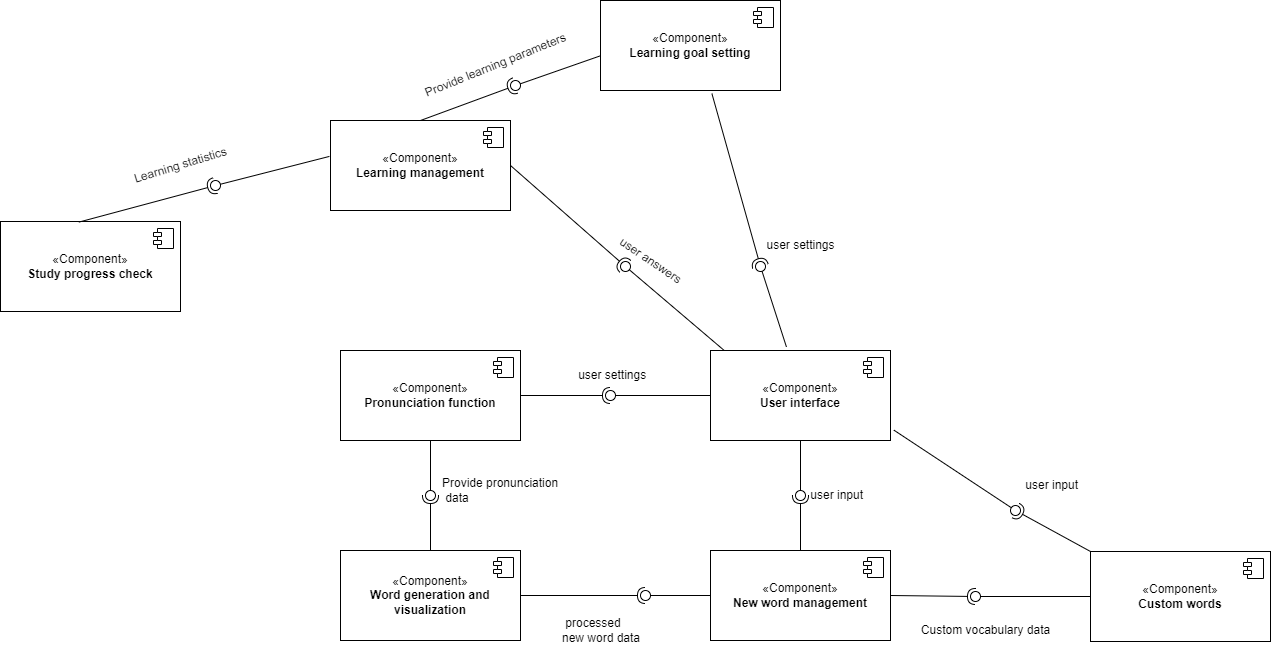
This is component.drawio.png from xiangxiang3451/blog_pictures, a draw.io export, as it was before one commit. Source tidied: cells renumbered, new cells last; positions are measured from the earlier drawing's top-left corner, leaving out a move shared by most shapes.
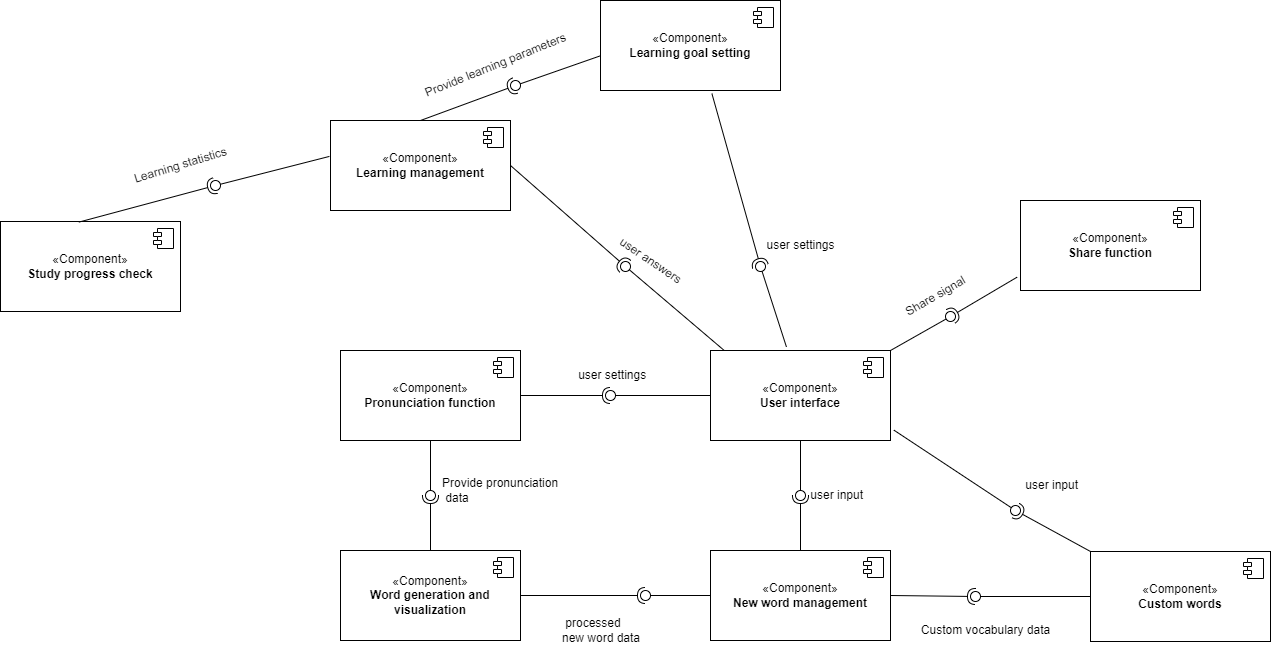
The same diagram one commit later.

Change to the diagram source:
```diff
@@ -186,5 +186,25 @@
     <mxCell id="57" value="Learning statistics" style="text;html=1;align=center;verticalAlign=middle;strokeColor=none;fillColor=none;rotation=343;" parent="1" vertex="1">
       <mxGeometry x="120" y="150" width="120" height="30" as="geometry" />
     </mxCell>
+    <mxCell id="58" value="«Component»&lt;br&gt;&lt;b&gt;Share function&lt;/b&gt;" style="html=1;whiteSpace=wrap;" parent="1" vertex="1">
+      <mxGeometry x="1020" y="200" width="180" height="90" as="geometry" />
+    </mxCell>
+    <mxCell id="59" style="shape=module;jettyWidth=8;jettyHeight=4;" parent="58" vertex="1">
+      <mxGeometry x="1" width="20" height="20" relative="1" as="geometry">
+        <mxPoint x="-27" y="7" as="offset" />
+      </mxGeometry>
+    </mxCell>
+    <mxCell id="60" style="rounded=0;jettySize=auto;html=1;endArrow=halfCircle;endFill=0;endSize=6;strokeWidth=1;sketch=0;exitX=-0.019;exitY=0.852;exitDx=0;exitDy=0;exitPerimeter=0;" parent="1" edge="1" source="58" target="62">
+      <mxGeometry relative="1" as="geometry" />
+    </mxCell>
+    <mxCell id="61" style="rounded=0;jettySize=auto;html=1;endArrow=oval;endFill=0;sketch=0;sourcePerimeterSpacing=0;targetPerimeterSpacing=0;endSize=10;exitX=1;exitY=0;exitDx=0;exitDy=0;" parent="1" edge="1" source="2" target="62">
+      <mxGeometry relative="1" as="geometry" />
+    </mxCell>
+    <mxCell id="62" style="ellipse;whiteSpace=wrap;html=1;align=center;fillColor=none;strokeColor=none;perimeter=centerPerimeter;points=[];outlineConnect=1;" parent="1" vertex="1">
+      <mxGeometry x="945" y="311" width="10" height="10" as="geometry" />
+    </mxCell>
+    <mxCell id="63" value="Share signal" style="text;html=1;align=center;verticalAlign=middle;strokeColor=none;fillColor=none;rotation=330;" parent="1" vertex="1">
+      <mxGeometry x="890" y="281" width="90" height="30" as="geometry" />
+    </mxCell>
   </root>
 </mxGraphModel>
```
